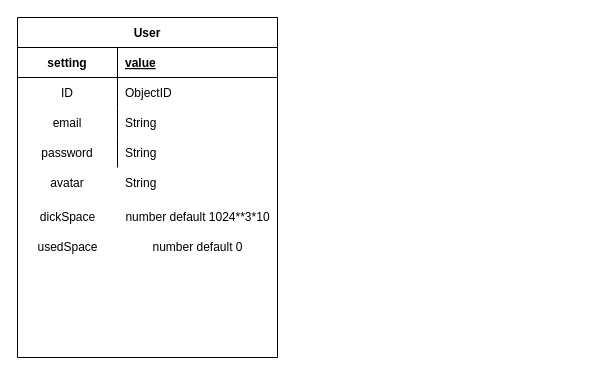
The draw.io diagram Untitled Diagram.drawio in DimTimgit/Cloud-user, before the edit. Source tidied: cells renumbered, new cells numbered last; positions are measured from the earlier drawing's top-left corner, leaving out a move shared by most shapes. Both pictures are drawn from the tidied source at 100%, with x=0, y=0 at pixel (17, 17).
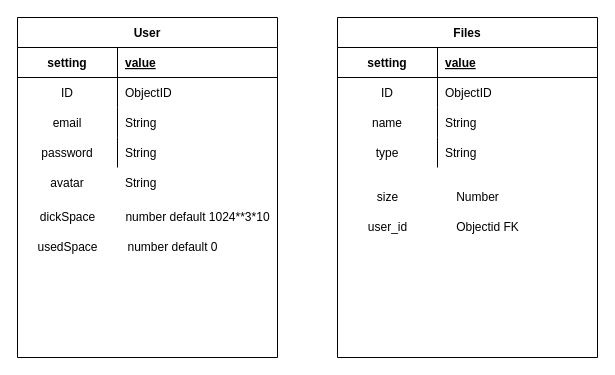
Above is the later version.

The edit, as a diff of the source:
```diff
@@
     <mxCell id="20" value="number default 0" style="text;html=1;align=center;verticalAlign=middle;" parent="1" vertex="1">
-      <mxGeometry x="125" y="220" width="110" height="20" as="geometry" />
+      <mxGeometry x="100" y="220" width="110" height="20" as="geometry" />
     </mxCell>
+    <mxCell id="21" value="Files" style="shape=table;startSize=30;childLayout=tableLayout;rowLines=0;fontStyle=1;align=center;" parent="1" vertex="1">
+      <mxGeometry x="320" width="260" height="340" as="geometry" />
+    </mxCell>
+    <mxCell id="22" style="shape=partialRectangle;fillColor=none;top=0;left=0;bottom=1;right=0;" parent="21" vertex="1">
+      <mxGeometry y="30" width="260" height="30" as="geometry" />
+    </mxCell>
+    <mxCell id="23" value="setting" style="shape=partialRectangle;fillColor=none;top=0;left=0;bottom=0;right=0;fontStyle=1;overflow=hidden;" parent="22" vertex="1">
+      <mxGeometry width="100" height="30" as="geometry" />
+    </mxCell>
+    <mxCell id="24" value="value" style="shape=partialRectangle;fillColor=none;top=0;left=0;bottom=0;right=0;align=left;spacingLeft=6;fontStyle=5;overflow=hidden;" parent="22" vertex="1">
+      <mxGeometry x="100" width="160" height="30" as="geometry" />
+    </mxCell>
+    <mxCell id="25" style="shape=partialRectangle;fillColor=none;top=0;left=0;bottom=0;right=0;" parent="21" vertex="1">
+      <mxGeometry y="60" width="260" height="30" as="geometry" />
+    </mxCell>
+    <mxCell id="26" value="ID" style="shape=partialRectangle;fillColor=none;top=0;left=0;bottom=0;right=0;overflow=hidden;" parent="25" vertex="1">
+      <mxGeometry width="100" height="30" as="geometry" />
+    </mxCell>
+    <mxCell id="27" value="ObjectID" style="shape=partialRectangle;fillColor=none;top=0;left=0;bottom=0;right=0;align=left;spacingLeft=6;overflow=hidden;" parent="25" vertex="1">
+      <mxGeometry x="100" width="160" height="30" as="geometry" />
+    </mxCell>
+    <mxCell id="28" style="shape=partialRectangle;fillColor=none;top=0;left=0;bottom=0;right=0;" parent="21" vertex="1">
+      <mxGeometry y="90" width="260" height="30" as="geometry" />
+    </mxCell>
+    <mxCell id="29" value="name" style="shape=partialRectangle;fillColor=none;top=0;left=0;bottom=0;right=0;overflow=hidden;" parent="28" vertex="1">
+      <mxGeometry width="100" height="30" as="geometry" />
+    </mxCell>
+    <mxCell id="30" value="String" style="shape=partialRectangle;fillColor=none;top=0;left=0;bottom=0;right=0;align=left;spacingLeft=6;overflow=hidden;" parent="28" vertex="1">
+      <mxGeometry x="100" width="160" height="30" as="geometry" />
+    </mxCell>
+    <mxCell id="31" style="shape=partialRectangle;fillColor=none;top=0;left=0;bottom=0;right=0;" parent="21" vertex="1">
+      <mxGeometry y="120" width="260" height="30" as="geometry" />
+    </mxCell>
+    <mxCell id="32" value="type" style="shape=partialRectangle;fillColor=none;top=0;left=0;bottom=0;right=0;overflow=hidden;" parent="31" vertex="1">
+      <mxGeometry width="100" height="30" as="geometry" />
+    </mxCell>
+    <mxCell id="33" value="String" style="shape=partialRectangle;fillColor=none;top=0;left=0;bottom=0;right=0;align=left;spacingLeft=6;overflow=hidden;" parent="31" vertex="1">
+      <mxGeometry x="100" width="160" height="30" as="geometry" />
+    </mxCell>
+    <mxCell id="34" value="size" style="text;html=1;align=center;verticalAlign=middle;" parent="1" vertex="1">
+      <mxGeometry x="350" y="170" width="40" height="20" as="geometry" />
+    </mxCell>
+    <mxCell id="35" value="Number" style="text;html=1;align=center;verticalAlign=middle;" parent="1" vertex="1">
+      <mxGeometry x="430" y="170" width="60" height="20" as="geometry" />
+    </mxCell>
+    <mxCell id="36" value="user_id" style="text;html=1;align=center;verticalAlign=middle;" parent="1" vertex="1">
+      <mxGeometry x="345" y="200" width="50" height="20" as="geometry" />
+    </mxCell>
+    <mxCell id="37" value="Objectid FK" style="text;html=1;align=center;verticalAlign=middle;" parent="1" vertex="1">
+      <mxGeometry x="430" y="200" width="80" height="20" as="geometry" />
+    </mxCell>
```
